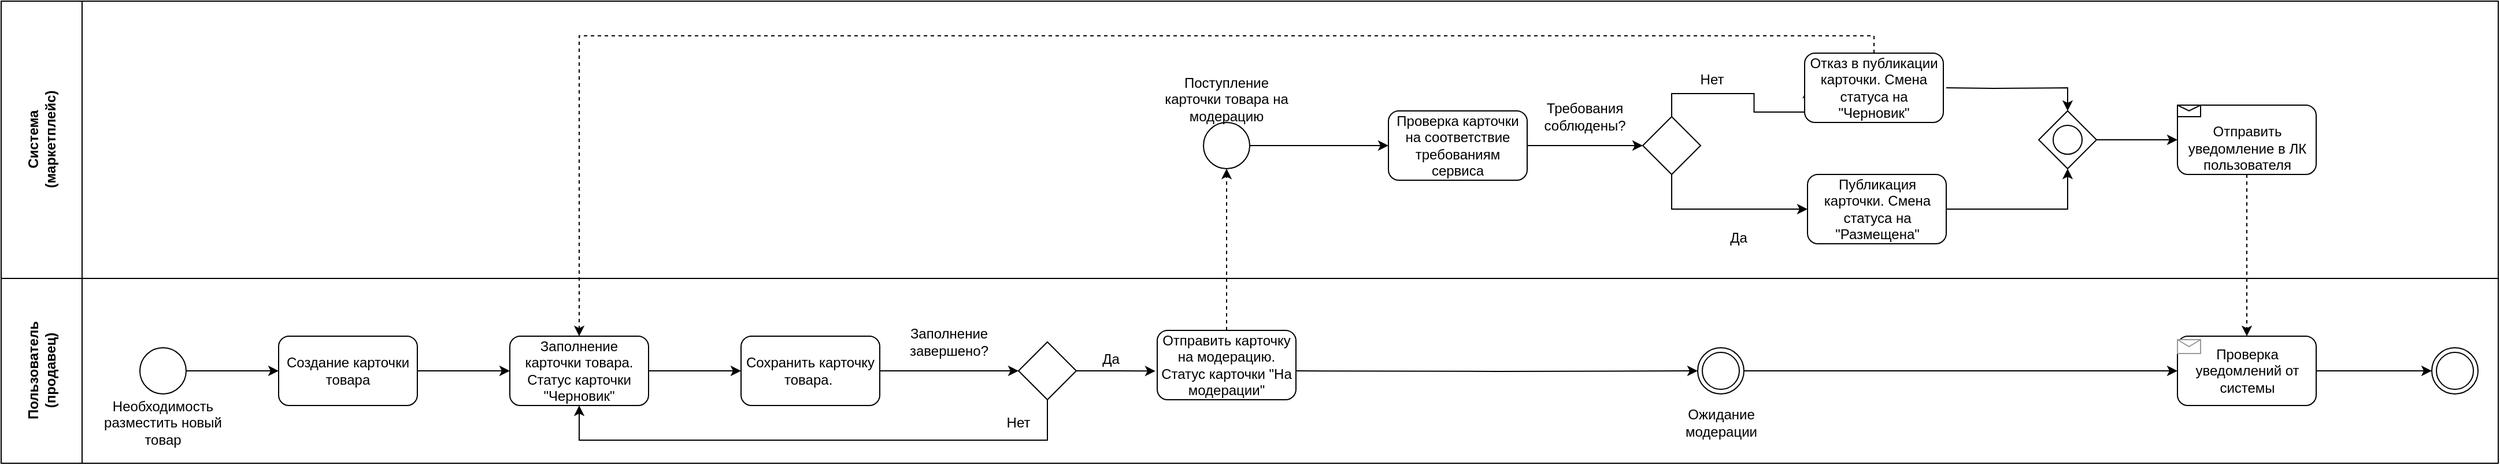
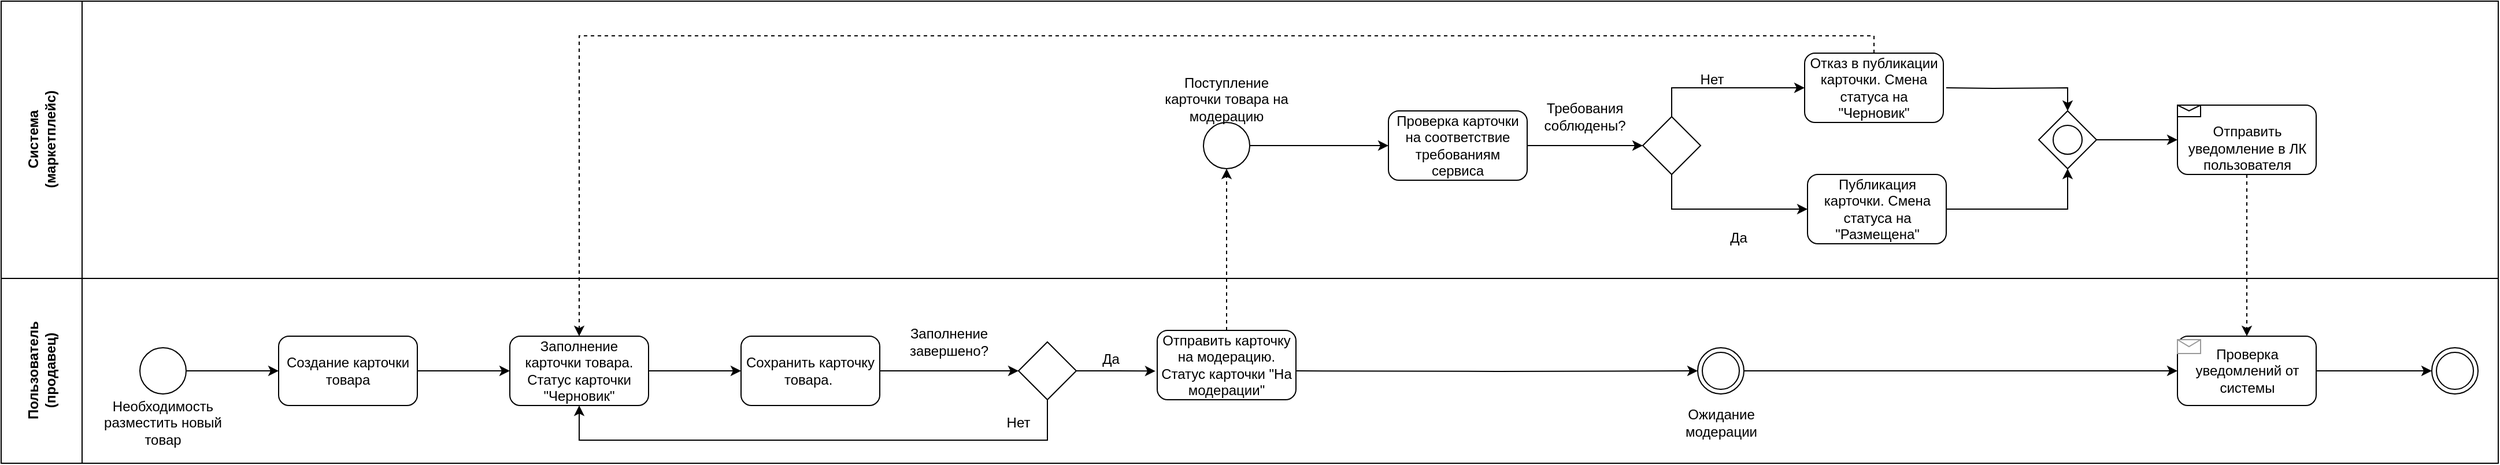
<mxfile host="app.diagrams.net">
  <diagram name="Страница-1" id="bCqnGirgA7KRL-EWpAqA">
-     <mxGraphModel dx="2774" dy="1226" grid="1" gridSize="10" guides="1" tooltips="1" connect="1" arrows="1" fold="1" page="0" pageScale="1" pageWidth="827" pageHeight="1169" math="0" shadow="0">
+     <mxGraphModel dx="2432" dy="1046" grid="1" gridSize="10" guides="1" tooltips="1" connect="1" arrows="1" fold="1" page="0" pageScale="1" pageWidth="827" pageHeight="1169" math="0" shadow="0">
      <root>
        <mxCell id="0" />
        <mxCell id="1" parent="0" />
        <mxCell id="Gdi8o8TUlqVirX3bWkUd-7" parent="1" style="swimlane;childLayout=stackLayout;resizeParent=1;resizeParentMax=0;horizontal=0;startSize=70;horizontalStack=0;html=1;fixedHeader=1;connectable=1;resizable=1;movable=1;editable=1;rotatable=1;deletable=1;locked=0;collapsible=1;dropTarget=0;" value="Пользователь&lt;div&gt;(продавец)&lt;/div&gt;" vertex="1">
          <mxGeometry height="160" width="2160" x="-1120" y="-80" as="geometry" />
        </mxCell>
        <mxCell id="Gdi8o8TUlqVirX3bWkUd-11" parent="1" style="swimlane;childLayout=stackLayout;resizeParent=1;resizeParentMax=0;horizontal=0;startSize=70;horizontalStack=0;html=1;dropTarget=0;" value="Система&lt;div&gt;(маркетплейс)&lt;/div&gt;" vertex="1">
          <mxGeometry height="240" width="2160" x="-1120" y="-320" as="geometry" />
        </mxCell>
        <mxCell id="Gdi8o8TUlqVirX3bWkUd-22" edge="1" parent="1" source="Gdi8o8TUlqVirX3bWkUd-13" style="edgeStyle=orthogonalEdgeStyle;rounded=0;orthogonalLoop=1;jettySize=auto;html=1;entryX=0;entryY=0.5;entryDx=0;entryDy=0;" target="Gdi8o8TUlqVirX3bWkUd-15">
          <mxGeometry relative="1" as="geometry" />
        </mxCell>
        <mxCell id="Gdi8o8TUlqVirX3bWkUd-13" parent="1" style="ellipse;whiteSpace=wrap;html=1;aspect=fixed;fillColor=none;" value="" vertex="1">
          <mxGeometry height="40" width="40" x="-1000" y="-19.999999999999886" as="geometry" />
        </mxCell>
        <mxCell id="Gdi8o8TUlqVirX3bWkUd-14" parent="1" style="text;html=1;whiteSpace=wrap;strokeColor=none;fillColor=none;align=center;verticalAlign=middle;rounded=0;connectable=1;allowArrows=1;recursiveResize=1;expand=1;editable=1;movable=1;resizable=1;rotatable=0;deletable=1;locked=0;" value="Необходимость разместить новый товар" vertex="1">
          <mxGeometry height="50" width="110" x="-1035" y="20" as="geometry" />
        </mxCell>
        <mxCell id="Gdi8o8TUlqVirX3bWkUd-23" edge="1" parent="1" source="Gdi8o8TUlqVirX3bWkUd-15" style="edgeStyle=orthogonalEdgeStyle;rounded=0;orthogonalLoop=1;jettySize=auto;html=1;entryX=0;entryY=0.5;entryDx=0;entryDy=0;" target="Gdi8o8TUlqVirX3bWkUd-20">
          <mxGeometry relative="1" as="geometry" />
        </mxCell>
        <mxCell id="Gdi8o8TUlqVirX3bWkUd-15" parent="1" style="rounded=1;whiteSpace=wrap;html=1;" value="Создание карточки товара" vertex="1">
          <mxGeometry height="60" width="120" x="-880" y="-30" as="geometry" />
        </mxCell>
        <mxCell id="Gdi8o8TUlqVirX3bWkUd-25" edge="1" parent="1" source="Gdi8o8TUlqVirX3bWkUd-17" style="edgeStyle=orthogonalEdgeStyle;rounded=0;orthogonalLoop=1;jettySize=auto;html=1;exitX=1;exitY=0.5;exitDx=0;exitDy=0;entryX=0;entryY=0.5;entryDx=0;entryDy=0;" target="Gdi8o8TUlqVirX3bWkUd-18">
          <mxGeometry relative="1" as="geometry" />
        </mxCell>
        <mxCell id="Gdi8o8TUlqVirX3bWkUd-17" parent="1" style="rounded=1;whiteSpace=wrap;html=1;" value="Сохранить карточку товара.&amp;nbsp;" vertex="1">
          <mxGeometry height="60" width="120" x="-480" y="-30" as="geometry" />
        </mxCell>
        <mxCell id="Gdi8o8TUlqVirX3bWkUd-18" parent="1" style="rhombus;whiteSpace=wrap;html=1;" value="" vertex="1">
          <mxGeometry height="50" width="50" x="-240" y="-25" as="geometry" />
        </mxCell>
        <mxCell id="Gdi8o8TUlqVirX3bWkUd-19" parent="1" style="text;html=1;whiteSpace=wrap;strokeColor=none;fillColor=none;align=center;verticalAlign=middle;rounded=0;" value="Заполнение завершено?" vertex="1">
          <mxGeometry height="30" width="60" x="-330" y="-40" as="geometry" />
        </mxCell>
        <mxCell id="Gdi8o8TUlqVirX3bWkUd-24" edge="1" parent="1" source="Gdi8o8TUlqVirX3bWkUd-20" style="edgeStyle=orthogonalEdgeStyle;rounded=0;orthogonalLoop=1;jettySize=auto;html=1;exitX=1;exitY=0.5;exitDx=0;exitDy=0;entryX=0;entryY=0.5;entryDx=0;entryDy=0;" target="Gdi8o8TUlqVirX3bWkUd-17">
          <mxGeometry relative="1" as="geometry" />
        </mxCell>
        <mxCell id="Gdi8o8TUlqVirX3bWkUd-20" parent="1" style="rounded=1;whiteSpace=wrap;html=1;" value="Заполнение карточки товара. Статус карточки &quot;Черновик&quot;" vertex="1">
          <mxGeometry height="60" width="120" x="-680" y="-30" as="geometry" />
        </mxCell>
        <mxCell id="Gdi8o8TUlqVirX3bWkUd-36" edge="1" parent="1" source="Gdi8o8TUlqVirX3bWkUd-21" style="edgeStyle=orthogonalEdgeStyle;rounded=0;orthogonalLoop=1;jettySize=auto;html=1;exitX=0.5;exitY=0;exitDx=0;exitDy=0;dashed=1;entryX=0.5;entryY=1;entryDx=0;entryDy=0;" target="Gdi8o8TUlqVirX3bWkUd-31">
          <mxGeometry relative="1" as="geometry" />
        </mxCell>
        <mxCell id="Gdi8o8TUlqVirX3bWkUd-21" parent="1" style="rounded=1;whiteSpace=wrap;html=1;" value="Отправить карточку на модерацию. Статус карточки &quot;На модерации&quot;" vertex="1">
          <mxGeometry height="60" width="120" x="-120" y="-35" as="geometry" />
        </mxCell>
        <mxCell id="Gdi8o8TUlqVirX3bWkUd-26" edge="1" parent="1" source="Gdi8o8TUlqVirX3bWkUd-18" style="edgeStyle=orthogonalEdgeStyle;rounded=0;orthogonalLoop=1;jettySize=auto;html=1;exitX=0.5;exitY=1;exitDx=0;exitDy=0;entryX=0.5;entryY=1;entryDx=0;entryDy=0;" target="Gdi8o8TUlqVirX3bWkUd-20">
          <mxGeometry relative="1" as="geometry">
            <Array as="points">
              <mxPoint x="-215" y="60" />
              <mxPoint x="-620" y="60" />
            </Array>
          </mxGeometry>
        </mxCell>
        <mxCell id="Gdi8o8TUlqVirX3bWkUd-27" parent="1" style="text;html=1;whiteSpace=wrap;strokeColor=none;fillColor=none;align=center;verticalAlign=middle;rounded=0;" value="Нет" vertex="1">
          <mxGeometry height="30" width="60" x="-270" y="30" as="geometry" />
        </mxCell>
        <mxCell id="Gdi8o8TUlqVirX3bWkUd-28" edge="1" parent="1" source="Gdi8o8TUlqVirX3bWkUd-18" style="edgeStyle=orthogonalEdgeStyle;rounded=0;orthogonalLoop=1;jettySize=auto;html=1;exitX=1;exitY=0.5;exitDx=0;exitDy=0;entryX=-0.013;entryY=0.587;entryDx=0;entryDy=0;entryPerimeter=0;" target="Gdi8o8TUlqVirX3bWkUd-21">
          <mxGeometry relative="1" as="geometry" />
        </mxCell>
        <mxCell id="Gdi8o8TUlqVirX3bWkUd-29" parent="1" style="text;html=1;whiteSpace=wrap;strokeColor=none;fillColor=none;align=center;verticalAlign=middle;rounded=0;" value="Да" vertex="1">
          <mxGeometry height="30" width="60" x="-190" y="-25" as="geometry" />
        </mxCell>
        <mxCell id="Gdi8o8TUlqVirX3bWkUd-31" parent="1" style="ellipse;whiteSpace=wrap;html=1;aspect=fixed;fillColor=none;" value="" vertex="1">
          <mxGeometry height="40" width="40" x="-80" y="-214.9999999999999" as="geometry" />
        </mxCell>
        <mxCell id="Gdi8o8TUlqVirX3bWkUd-32" parent="1" style="text;html=1;whiteSpace=wrap;strokeColor=none;fillColor=none;align=center;verticalAlign=middle;rounded=0;" value="Поступление карточки товара на модерацию" vertex="1">
          <mxGeometry height="60" width="120" x="-120" y="-265" as="geometry" />
        </mxCell>
        <mxCell id="Gdi8o8TUlqVirX3bWkUd-35" edge="1" parent="1" source="Gdi8o8TUlqVirX3bWkUd-31" style="edgeStyle=orthogonalEdgeStyle;rounded=0;orthogonalLoop=1;jettySize=auto;html=1;">
          <mxGeometry relative="1" as="geometry">
            <mxPoint x="80" y="-195" as="targetPoint" />
          </mxGeometry>
        </mxCell>
        <mxCell id="Gdi8o8TUlqVirX3bWkUd-60" edge="1" parent="1" source="Gdi8o8TUlqVirX3bWkUd-37" style="edgeStyle=orthogonalEdgeStyle;rounded=0;orthogonalLoop=1;jettySize=auto;html=1;entryX=0;entryY=0.5;entryDx=0;entryDy=0;" target="Gdi8o8TUlqVirX3bWkUd-48">
          <mxGeometry relative="1" as="geometry" />
        </mxCell>
        <mxCell id="Gdi8o8TUlqVirX3bWkUd-37" parent="1" style="ellipse;shape=doubleEllipse;whiteSpace=wrap;html=1;aspect=fixed;" value="" vertex="1">
          <mxGeometry height="40" width="40" x="347.5" y="-20" as="geometry" />
        </mxCell>
        <mxCell id="Gdi8o8TUlqVirX3bWkUd-38" parent="1" style="text;html=1;whiteSpace=wrap;strokeColor=none;fillColor=none;align=center;verticalAlign=middle;rounded=0;" value="Ожидание модерации" vertex="1">
          <mxGeometry height="30" width="60" x="337.5" y="30" as="geometry" />
        </mxCell>
        <mxCell id="Gdi8o8TUlqVirX3bWkUd-39" edge="1" parent="1" style="edgeStyle=orthogonalEdgeStyle;rounded=0;orthogonalLoop=1;jettySize=auto;html=1;entryX=0;entryY=0.5;entryDx=0;entryDy=0;" target="Gdi8o8TUlqVirX3bWkUd-37">
          <mxGeometry relative="1" as="geometry">
            <mxPoint as="sourcePoint" />
          </mxGeometry>
        </mxCell>
        <mxCell id="Gdi8o8TUlqVirX3bWkUd-46" edge="1" parent="1" source="Gdi8o8TUlqVirX3bWkUd-40" style="edgeStyle=orthogonalEdgeStyle;rounded=0;orthogonalLoop=1;jettySize=auto;html=1;entryX=0;entryY=0.5;entryDx=0;entryDy=0;">
          <mxGeometry relative="1" as="geometry">
            <mxPoint x="300" y="-195" as="targetPoint" />
          </mxGeometry>
        </mxCell>
        <mxCell id="Gdi8o8TUlqVirX3bWkUd-40" parent="1" style="rounded=1;whiteSpace=wrap;html=1;" value="Проверка карточки на соответствие требованиям сервиса" vertex="1">
          <mxGeometry height="60" width="120" x="80" y="-225" as="geometry" />
        </mxCell>
        <mxCell id="Gdi8o8TUlqVirX3bWkUd-51" edge="1" parent="1" source="Gdi8o8TUlqVirX3bWkUd-66" style="edgeStyle=orthogonalEdgeStyle;rounded=0;orthogonalLoop=1;jettySize=auto;html=1;dashed=1;exitX=0.5;exitY=0;exitDx=0;exitDy=0;">
          <mxGeometry relative="1" as="geometry">
            <Array as="points">
              <mxPoint x="500" y="-290" />
              <mxPoint x="-620" y="-290" />
              <mxPoint x="-620" y="-30" />
            </Array>
            <mxPoint x="500" y="-290" as="sourcePoint" />
            <mxPoint x="-620" y="-30" as="targetPoint" />
          </mxGeometry>
        </mxCell>
        <mxCell id="Gdi8o8TUlqVirX3bWkUd-44" parent="1" style="text;html=1;whiteSpace=wrap;strokeColor=none;fillColor=none;align=center;verticalAlign=middle;rounded=0;" value="Требования соблюдены?" vertex="1">
          <mxGeometry height="30" width="60" x="220" y="-235" as="geometry" />
        </mxCell>
        <mxCell id="Gdi8o8TUlqVirX3bWkUd-63" edge="1" parent="1" source="Gdi8o8TUlqVirX3bWkUd-48" style="edgeStyle=orthogonalEdgeStyle;rounded=0;orthogonalLoop=1;jettySize=auto;html=1;entryX=0;entryY=0.5;entryDx=0;entryDy=0;" target="Gdi8o8TUlqVirX3bWkUd-61">
          <mxGeometry relative="1" as="geometry" />
        </mxCell>
        <mxCell id="Gdi8o8TUlqVirX3bWkUd-48" parent="1" style="rounded=1;whiteSpace=wrap;html=1;" value="&lt;div&gt;Проверка уведомлений от системы&lt;/div&gt;" vertex="1">
          <mxGeometry height="60" width="120" x="762.5" y="-30" as="geometry" />
        </mxCell>
        <mxCell id="Gdi8o8TUlqVirX3bWkUd-49" parent="1" style="verticalLabelPosition=bottom;shadow=0;dashed=0;align=center;html=1;verticalAlign=top;strokeWidth=1;shape=mxgraph.mockup.misc.mail2;strokeColor=#999999;" value="" vertex="1">
          <mxGeometry height="12" width="20" x="762.5" y="-27" as="geometry" />
        </mxCell>
        <mxCell id="Gdi8o8TUlqVirX3bWkUd-50" parent="1" style="text;html=1;whiteSpace=wrap;strokeColor=none;fillColor=none;align=center;verticalAlign=middle;rounded=0;" value="Нет" vertex="1">
          <mxGeometry height="30" width="60" x="330" y="-267.5" as="geometry" />
        </mxCell>
        <mxCell id="Gdi8o8TUlqVirX3bWkUd-57" edge="1" parent="1" source="Gdi8o8TUlqVirX3bWkUd-52" style="edgeStyle=orthogonalEdgeStyle;rounded=0;orthogonalLoop=1;jettySize=auto;html=1;entryX=0;entryY=0.5;entryDx=0;entryDy=0;exitX=0.5;exitY=1;exitDx=0;exitDy=0;" target="Gdi8o8TUlqVirX3bWkUd-56">
          <mxGeometry relative="1" as="geometry">
            <mxPoint x="422.5" y="-140" as="targetPoint" />
          </mxGeometry>
        </mxCell>
-         <mxCell id="Gdi8o8TUlqVirX3bWkUd-67" edge="1" parent="1" source="Gdi8o8TUlqVirX3bWkUd-52" style="edgeStyle=orthogonalEdgeStyle;rounded=0;orthogonalLoop=1;jettySize=auto;html=1;entryX=0;entryY=0.5;entryDx=0;entryDy=0;exitX=0.5;exitY=0;exitDx=0;exitDy=0;">
-           <mxGeometry relative="1" as="geometry">
-             <mxPoint x="442.5" y="-245" as="targetPoint" />
-           </mxGeometry>
+         <mxCell id="PaO1Qy7Af-6XjJVU2j9O-1" edge="1" parent="1" source="Gdi8o8TUlqVirX3bWkUd-52" style="edgeStyle=orthogonalEdgeStyle;rounded=0;orthogonalLoop=1;jettySize=auto;html=1;entryX=0;entryY=0.5;entryDx=0;entryDy=0;exitX=0.5;exitY=0;exitDx=0;exitDy=0;" target="Gdi8o8TUlqVirX3bWkUd-66">
+           <mxGeometry relative="1" as="geometry" />
        </mxCell>
        <mxCell id="Gdi8o8TUlqVirX3bWkUd-52" parent="1" style="rhombus;whiteSpace=wrap;html=1;" value="" vertex="1">
          <mxGeometry height="50" width="50" x="300" y="-220" as="geometry" />
        </mxCell>
        <mxCell id="Gdi8o8TUlqVirX3bWkUd-55" parent="1" style="text;html=1;whiteSpace=wrap;strokeColor=none;fillColor=none;align=center;verticalAlign=middle;rounded=0;" value="Да" vertex="1">
          <mxGeometry height="30" width="60" x="352.5" y="-130" as="geometry" />
        </mxCell>
        <mxCell id="Gdi8o8TUlqVirX3bWkUd-64" edge="1" parent="1" source="Gdi8o8TUlqVirX3bWkUd-56" style="edgeStyle=orthogonalEdgeStyle;rounded=0;orthogonalLoop=1;jettySize=auto;html=1;entryX=0.5;entryY=1;entryDx=0;entryDy=0;" target="Gdi8o8TUlqVirX3bWkUd-69">
          <mxGeometry relative="1" as="geometry">
            <mxPoint x="732.5" y="-200" as="targetPoint" />
          </mxGeometry>
        </mxCell>
        <mxCell id="Gdi8o8TUlqVirX3bWkUd-56" parent="1" style="rounded=1;whiteSpace=wrap;html=1;" value="Публикация карточки. Смена статуса на &quot;Размещена&quot;" vertex="1">
          <mxGeometry height="60" width="120" x="442.5" y="-170" as="geometry" />
        </mxCell>
        <mxCell id="Gdi8o8TUlqVirX3bWkUd-72" edge="1" parent="1" source="Gdi8o8TUlqVirX3bWkUd-58" style="edgeStyle=orthogonalEdgeStyle;rounded=0;orthogonalLoop=1;jettySize=auto;html=1;entryX=0.5;entryY=0;entryDx=0;entryDy=0;dashed=1;" target="Gdi8o8TUlqVirX3bWkUd-48">
          <mxGeometry relative="1" as="geometry" />
        </mxCell>
        <mxCell id="Gdi8o8TUlqVirX3bWkUd-58" parent="1" style="rounded=1;whiteSpace=wrap;html=1;" value="&lt;div&gt;&lt;br&gt;&lt;/div&gt;&lt;div&gt;Отправить уведомление в ЛК пользователя&lt;/div&gt;" vertex="1">
          <mxGeometry height="60" width="120" x="762.5" y="-230" as="geometry" />
        </mxCell>
        <mxCell id="Gdi8o8TUlqVirX3bWkUd-59" parent="1" style="shape=message;html=1;html=1;outlineConnect=0;labelPosition=center;verticalLabelPosition=bottom;align=center;verticalAlign=top;" value="" vertex="1">
          <mxGeometry height="10" width="20" x="762.5" y="-230" as="geometry" />
        </mxCell>
        <mxCell id="Gdi8o8TUlqVirX3bWkUd-61" parent="1" style="ellipse;shape=doubleEllipse;whiteSpace=wrap;html=1;aspect=fixed;" value="" vertex="1">
          <mxGeometry height="40" width="40" x="982.5" y="-20" as="geometry" />
        </mxCell>
        <mxCell id="Gdi8o8TUlqVirX3bWkUd-68" edge="1" parent="1" style="edgeStyle=orthogonalEdgeStyle;rounded=0;orthogonalLoop=1;jettySize=auto;html=1;entryX=0.5;entryY=0;entryDx=0;entryDy=0;" target="Gdi8o8TUlqVirX3bWkUd-69">
          <mxGeometry relative="1" as="geometry">
            <mxPoint x="562.5" y="-245" as="sourcePoint" />
            <mxPoint x="732.5" y="-200" as="targetPoint" />
          </mxGeometry>
        </mxCell>
        <mxCell id="Gdi8o8TUlqVirX3bWkUd-66" parent="1" style="rounded=1;whiteSpace=wrap;html=1;" value="Отказ в публикации карточки. Смена статуса на &quot;Черновик&quot;" vertex="1">
          <mxGeometry height="60" width="120" x="440" y="-275" as="geometry" />
        </mxCell>
        <mxCell id="Gdi8o8TUlqVirX3bWkUd-71" edge="1" parent="1" source="Gdi8o8TUlqVirX3bWkUd-69" style="edgeStyle=orthogonalEdgeStyle;rounded=0;orthogonalLoop=1;jettySize=auto;html=1;entryX=0;entryY=0.5;entryDx=0;entryDy=0;" target="Gdi8o8TUlqVirX3bWkUd-58">
          <mxGeometry relative="1" as="geometry" />
        </mxCell>
        <mxCell id="Gdi8o8TUlqVirX3bWkUd-69" parent="1" style="rhombus;whiteSpace=wrap;html=1;" value="" vertex="1">
          <mxGeometry height="50" width="50" x="642.5" y="-225" as="geometry" />
        </mxCell>
        <mxCell id="Gdi8o8TUlqVirX3bWkUd-70" parent="1" style="ellipse;whiteSpace=wrap;html=1;aspect=fixed;fillColor=none;" value="" vertex="1">
          <mxGeometry height="25" width="25" x="655" y="-212.5" as="geometry" />
        </mxCell>
      </root>
    </mxGraphModel>
  </diagram>
</mxfile>
